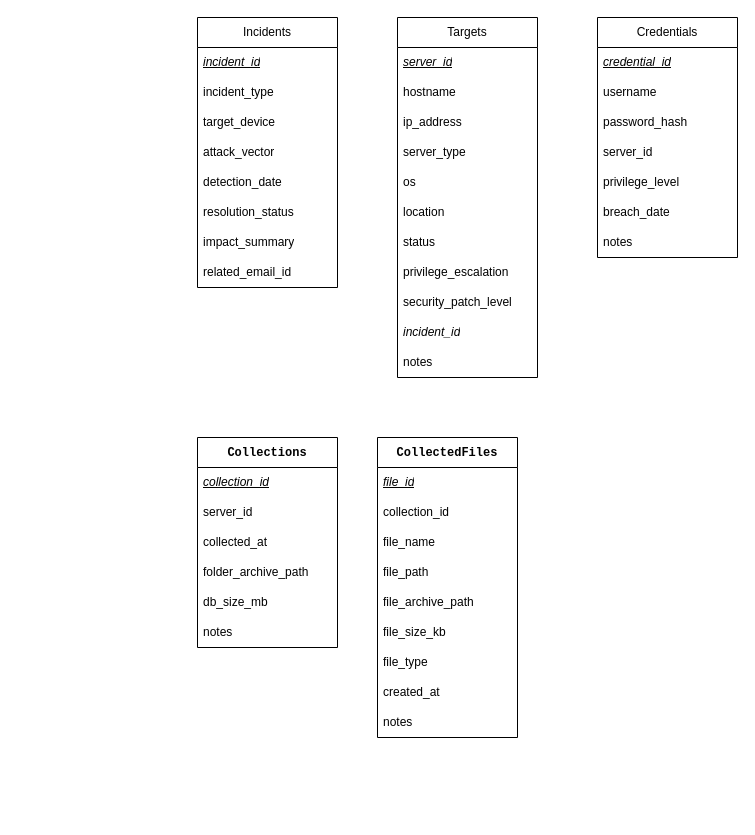
Earlier version of the draw.io diagram Python/DB-DoAn.drawio (TranKuBao/Try_hard_Code). Source tidied: cells renumbered, new cells numbered last; positions are measured from the earlier drawing's top-left corner, leaving out a move shared by most shapes. Both pictures are drawn from the tidied source at 100%, with x=0, y=0 at pixel (197, 17).
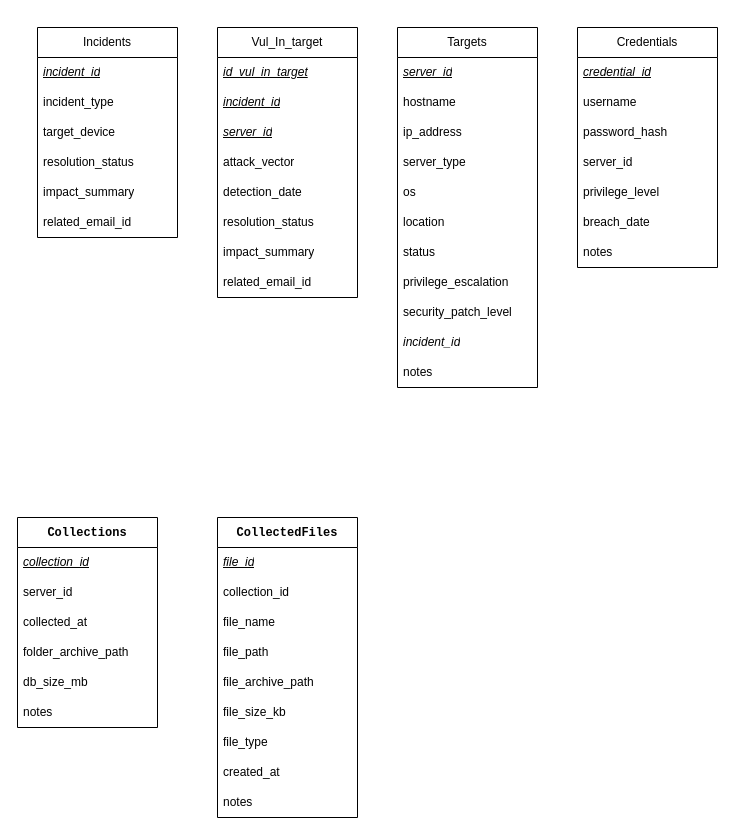
The same page after the edit.

The edit, as a diff of the source:
```diff
@@
     <mxCell id="2" value="Targets" style="swimlane;fontStyle=0;horizontal=1;startSize=30;whiteSpace=wrap;html=1;" parent="1" vertex="1">
-      <mxGeometry x="200" width="140" height="360" as="geometry" />
+      <mxGeometry x="200" y="10" width="140" height="360" as="geometry" />
     </mxCell>
@@
     <mxCell id="14" value="Incidents" style="swimlane;fontStyle=0;horizontal=1;startSize=30;whiteSpace=wrap;html=1;" parent="1" vertex="1">
-      <mxGeometry width="140" height="270" as="geometry" />
+      <mxGeometry x="-160" y="10" width="140" height="210" as="geometry" />
     </mxCell>
@@
-    <mxCell id="18" value="attack_vector" style="text;strokeColor=none;fillColor=none;align=left;verticalAlign=middle;spacingLeft=4;spacingRight=4;overflow=hidden;whiteSpace=wrap;html=1;" parent="14" vertex="1">
-      <mxGeometry y="120" width="140" height="30" as="geometry" />
-    </mxCell>
-    <mxCell id="19" value="detection_date" style="text;strokeColor=none;fillColor=none;align=left;verticalAlign=middle;spacingLeft=4;spacingRight=4;overflow=hidden;whiteSpace=wrap;html=1;" parent="14" vertex="1">
-      <mxGeometry y="150" width="140" height="30" as="geometry" />
-    </mxCell>
     <mxCell id="20" value="resolution_status" style="text;strokeColor=none;fillColor=none;align=left;verticalAlign=middle;spacingLeft=4;spacingRight=4;overflow=hidden;whiteSpace=wrap;html=1;" parent="14" vertex="1">
-      <mxGeometry y="180" width="140" height="30" as="geometry" />
+      <mxGeometry y="120" width="140" height="30" as="geometry" />
     </mxCell>
     <mxCell id="21" value="impact_summary" style="text;strokeColor=none;fillColor=none;align=left;verticalAlign=middle;spacingLeft=4;spacingRight=4;overflow=hidden;whiteSpace=wrap;html=1;" parent="14" vertex="1">
-      <mxGeometry y="210" width="140" height="30" as="geometry" />
+      <mxGeometry y="150" width="140" height="30" as="geometry" />
     </mxCell>
     <mxCell id="22" value="related_email_id" style="text;strokeColor=none;fillColor=none;align=left;verticalAlign=middle;spacingLeft=4;spacingRight=4;overflow=hidden;whiteSpace=wrap;html=1;" parent="14" vertex="1">
-      <mxGeometry y="240" width="140" height="30" as="geometry" />
+      <mxGeometry y="180" width="140" height="30" as="geometry" />
     </mxCell>
     <mxCell id="23" value="Credentials" style="swimlane;fontStyle=0;horizontal=1;startSize=30;whiteSpace=wrap;html=1;" parent="1" vertex="1">
-      <mxGeometry x="400" width="140" height="240" as="geometry" />
+      <mxGeometry x="380" y="10" width="140" height="240" as="geometry" />
     </mxCell>
@@
     <mxCell id="31" value="&lt;strong&gt;&lt;code&gt;Collections&lt;/code&gt;&lt;/strong&gt;" style="swimlane;fontStyle=0;horizontal=1;startSize=30;whiteSpace=wrap;html=1;" parent="1" vertex="1">
-      <mxGeometry y="420" width="140" height="210" as="geometry" />
+      <mxGeometry x="-180" y="500" width="140" height="210" as="geometry" />
     </mxCell>
@@
     <mxCell id="38" value="&lt;strong&gt;&lt;code&gt;CollectedFiles&lt;/code&gt;&lt;/strong&gt;" style="swimlane;fontStyle=0;horizontal=1;startSize=30;whiteSpace=wrap;html=1;" parent="1" vertex="1">
-      <mxGeometry x="180" y="420" width="140" height="300" as="geometry" />
+      <mxGeometry x="20" y="500" width="140" height="300" as="geometry" />
     </mxCell>
@@
+    <mxCell id="48" value="Vul_In_target" style="swimlane;fontStyle=0;horizontal=1;startSize=30;whiteSpace=wrap;html=1;" parent="1" vertex="1">
+      <mxGeometry x="20" y="10" width="140" height="270" as="geometry" />
+    </mxCell>
+    <mxCell id="49" value="&lt;u&gt;&lt;i&gt;id_vul_in_target&lt;/i&gt;&lt;/u&gt;" style="text;strokeColor=none;fillColor=none;align=left;verticalAlign=middle;spacingLeft=4;spacingRight=4;overflow=hidden;whiteSpace=wrap;html=1;" parent="48" vertex="1">
+      <mxGeometry y="30" width="140" height="30" as="geometry" />
+    </mxCell>
+    <mxCell id="50" value="&lt;u&gt;&lt;i&gt;incident_id&lt;/i&gt;&lt;/u&gt;" style="text;strokeColor=none;fillColor=none;align=left;verticalAlign=middle;spacingLeft=4;spacingRight=4;overflow=hidden;whiteSpace=wrap;html=1;" parent="48" vertex="1">
+      <mxGeometry y="60" width="140" height="30" as="geometry" />
+    </mxCell>
+    <mxCell id="51" value="&lt;u&gt;&lt;i&gt;s&lt;span style=&quot;background-color: transparent; color: light-dark(rgb(0, 0, 0), rgb(255, 255, 255));&quot;&gt;erver_id&lt;/span&gt;&lt;/i&gt;&lt;/u&gt;" style="text;strokeColor=none;fillColor=none;align=left;verticalAlign=middle;spacingLeft=4;spacingRight=4;overflow=hidden;whiteSpace=wrap;html=1;" parent="48" vertex="1">
+      <mxGeometry y="90" width="140" height="30" as="geometry" />
+    </mxCell>
+    <mxCell id="18" value="attack_vector" style="text;strokeColor=none;fillColor=none;align=left;verticalAlign=middle;spacingLeft=4;spacingRight=4;overflow=hidden;whiteSpace=wrap;html=1;" parent="48" vertex="1">
+      <mxGeometry y="120" width="140" height="30" as="geometry" />
+    </mxCell>
+    <mxCell id="19" value="detection_date" style="text;strokeColor=none;fillColor=none;align=left;verticalAlign=middle;spacingLeft=4;spacingRight=4;overflow=hidden;whiteSpace=wrap;html=1;" parent="48" vertex="1">
+      <mxGeometry y="150" width="140" height="30" as="geometry" />
+    </mxCell>
+    <mxCell id="52" value="resolution_status" style="text;strokeColor=none;fillColor=none;align=left;verticalAlign=middle;spacingLeft=4;spacingRight=4;overflow=hidden;whiteSpace=wrap;html=1;" parent="48" vertex="1">
+      <mxGeometry y="180" width="140" height="30" as="geometry" />
+    </mxCell>
+    <mxCell id="53" value="impact_summary" style="text;strokeColor=none;fillColor=none;align=left;verticalAlign=middle;spacingLeft=4;spacingRight=4;overflow=hidden;whiteSpace=wrap;html=1;" parent="48" vertex="1">
+      <mxGeometry y="210" width="140" height="30" as="geometry" />
+    </mxCell>
+    <mxCell id="54" value="related_email_id" style="text;strokeColor=none;fillColor=none;align=left;verticalAlign=middle;spacingLeft=4;spacingRight=4;overflow=hidden;whiteSpace=wrap;html=1;" parent="48" vertex="1">
+      <mxGeometry y="240" width="140" height="30" as="geometry" />
+    </mxCell>
```
